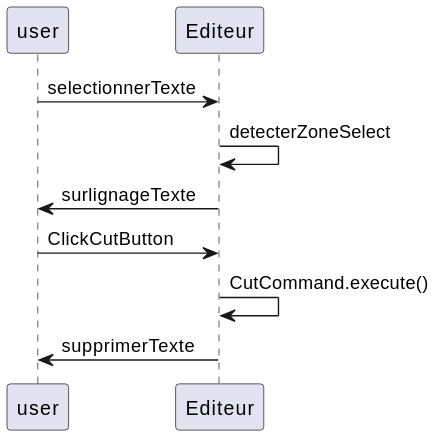
Before: UMLDiag/v1/SequenceCouper.svg, a diagram exported from PlantUML (kiurow590/ESIR2_OMD_Project_Editor).
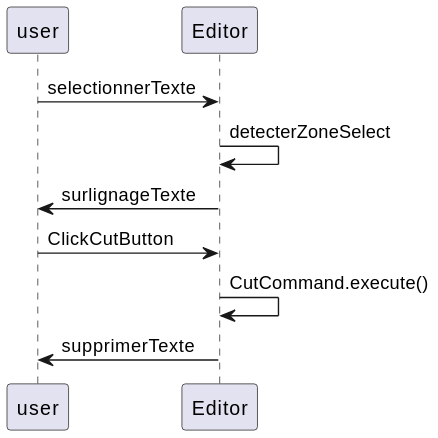
After the change.

Change to the diagram source:
```diff
@@ -1,8 +1,8 @@
 @startuml
-user -> Editeur: selectionnerTexte
-Editeur -> Editeur: detecterZoneSelect
-Editeur -> user: surlignageTexte
-user -> Editeur: ClickCutButton
-Editeur -> Editeur: CutCommand.execute()
-Editeur -> user: supprimerTexte
+user -> Editor: selectionnerTexte
+Editor -> Editor: detecterZoneSelect
+Editor -> user: surlignageTexte
+user -> Editor: ClickCutButton
+Editor -> Editor: CutCommand.execute()
+Editor -> user: supprimerTexte
 @enduml
```
